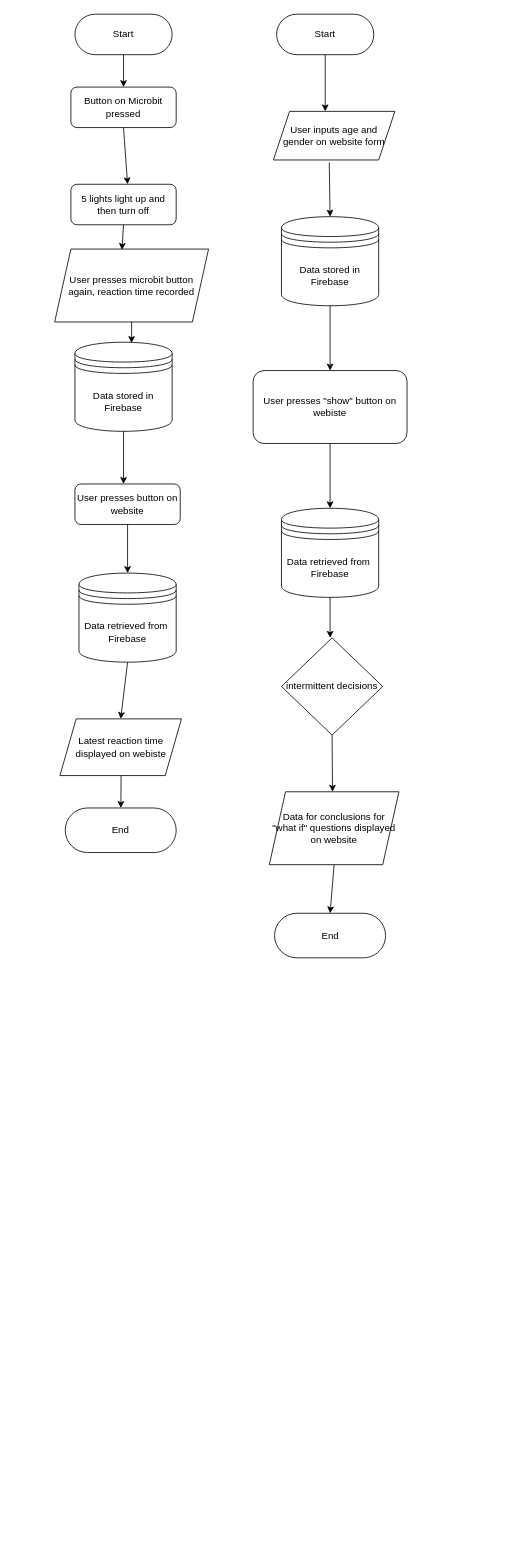
Lukefitz01/LS-CS keeps this draw.io diagram as Lukefitz01 LS-CS main pYTHON-A_Project/flowchart.drawio. Above is the earlier version. Source tidied: cells renumbered, new cells numbered last; positions are measured from the earlier drawing's top-left corner, leaving out a move shared by most shapes. Both pictures are drawn from the tidied source at 81%, with x=0, y=0 at pixel (54, 14).
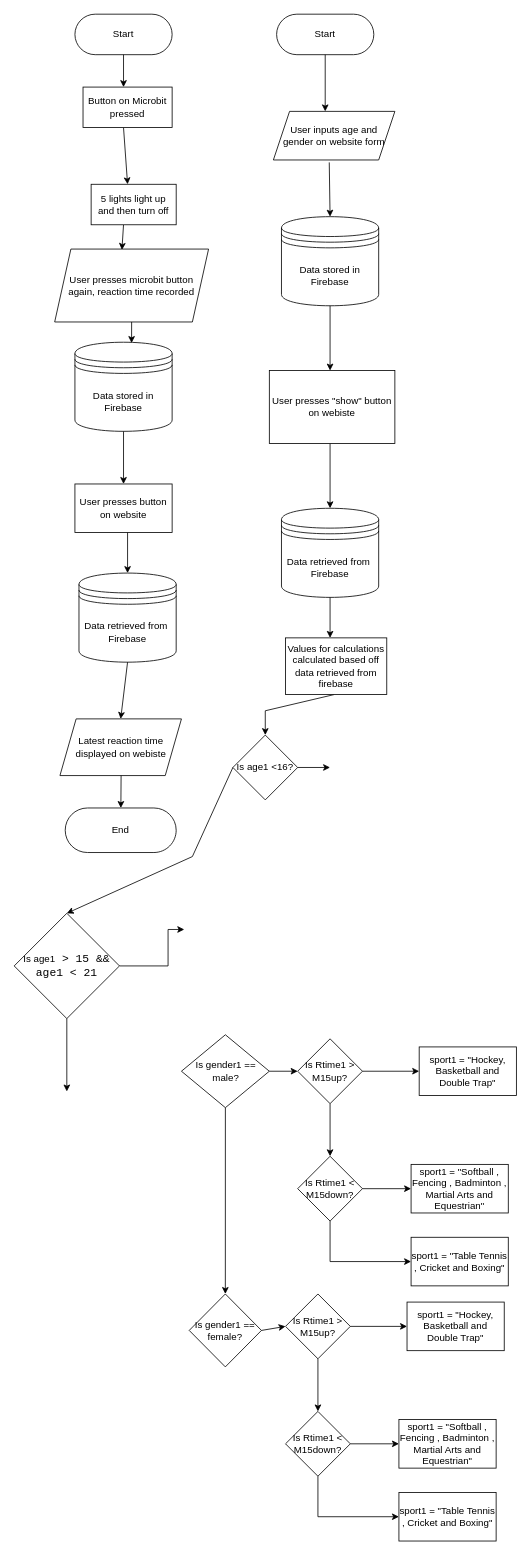
The same diagram, later.

The change refers to these unchanged cells:
```xml
<mxCell id="8" value="Start" style="html=1;dashed=0;whiteSpace=wrap;shape=mxgraph.dfd.start;" parent="1" vertex="1">
  <mxGeometry x="25" width="120" height="50" as="geometry" />
</mxCell>
<mxCell id="9" value="User presses microbit button again, reaction time recorded" style="shape=parallelogram;perimeter=parallelogramPerimeter;whiteSpace=wrap;html=1;fixedSize=1;" parent="1" vertex="1">
  <mxGeometry y="290" width="190" height="90" as="geometry" />
</mxCell>
<mxCell id="25" value="Data retrieved from&amp;nbsp; Firebase" style="shape=datastore;whiteSpace=wrap;html=1;" parent="1" vertex="1">
  <mxGeometry x="30" y="690" width="120" height="110" as="geometry" />
</mxCell>
```

Diff of the diagram source:
```diff
@@
-    <mxCell id="2" value="Button on Microbit pressed" style="rounded=1;whiteSpace=wrap;html=1;fontSize=12;glass=0;strokeWidth=1;shadow=0;" parent="1" vertex="1">
-      <mxGeometry x="20" y="90" width="130" height="50" as="geometry" />
-    </mxCell>
-    <mxCell id="3" style="endArrow=classic;html=1;rounded=0;exitX=0.5;exitY=1;exitDx=0;exitDy=0;" parent="1" edge="1" source="2">
+    <mxCell id="3" style="endArrow=classic;html=1;rounded=0;exitX=0.5;exitY=1;exitDx=0;exitDy=0;" parent="1" edge="1">
       <mxGeometry relative="1" as="geometry">
+        <mxPoint x="85" y="140" as="sourcePoint" />
         <mxPoint x="90" y="210" as="targetPoint" />
       </mxGeometry>
     </mxCell>
-    <mxCell id="4" value="5 lights light up and then turn off" style="rounded=1;whiteSpace=wrap;html=1;fontSize=12;glass=0;strokeWidth=1;shadow=0;" parent="1" vertex="1">
-      <mxGeometry x="20" y="210" width="130" height="50" as="geometry" />
-    </mxCell>
@@
-    <mxCell id="7" value="User presses button on website" style="rounded=1;whiteSpace=wrap;html=1;fontSize=12;glass=0;strokeWidth=1;shadow=0;" parent="1" vertex="1">
-      <mxGeometry x="25" y="580" width="130" height="50" as="geometry" />
-    </mxCell>
@@
-    <mxCell id="10" style="endArrow=classic;html=1;rounded=0;exitX=0.5;exitY=1;exitDx=0;exitDy=0;entryX=0.437;entryY=0.011;entryDx=0;entryDy=0;entryPerimeter=0;" parent="1" edge="1" source="4" target="9">
-      <mxGeometry relative="1" as="geometry" />
+    <mxCell id="10" style="endArrow=classic;html=1;rounded=0;exitX=0.5;exitY=1;exitDx=0;exitDy=0;entryX=0.437;entryY=0.011;entryDx=0;entryDy=0;entryPerimeter=0;" parent="1" edge="1" target="9">
+      <mxGeometry relative="1" as="geometry">
+        <mxPoint x="85" y="260" as="sourcePoint" />
+      </mxGeometry>
     </mxCell>
@@
-    <mxCell id="13" style="endArrow=classic;html=1;rounded=0;exitX=0.5;exitY=1;exitDx=0;exitDy=0;entryX=0.5;entryY=0;entryDx=0;entryDy=0;" parent="1" edge="1" source="7" target="25">
-      <mxGeometry relative="1" as="geometry" />
+    <mxCell id="13" style="endArrow=classic;html=1;rounded=0;exitX=0.5;exitY=1;exitDx=0;exitDy=0;entryX=0.5;entryY=0;entryDx=0;entryDy=0;" parent="1" edge="1" target="25">
+      <mxGeometry relative="1" as="geometry">
+        <mxPoint x="90" y="630" as="sourcePoint" />
+      </mxGeometry>
     </mxCell>
@@
-    <mxCell id="16" style="endArrow=classic;html=1;rounded=0;exitX=0.5;exitY=0.5;exitDx=0;exitDy=25;exitPerimeter=0;entryX=0.5;entryY=0;entryDx=0;entryDy=0;" parent="1" edge="1" source="8" target="2">
-      <mxGeometry relative="1" as="geometry" />
+    <mxCell id="16" style="endArrow=classic;html=1;rounded=0;exitX=0.5;exitY=0.5;exitDx=0;exitDy=25;exitPerimeter=0;entryX=0.5;entryY=0;entryDx=0;entryDy=0;" parent="1" edge="1" source="8">
+      <mxGeometry relative="1" as="geometry">
+        <mxPoint x="85" y="90" as="targetPoint" />
+      </mxGeometry>
     </mxCell>
@@
-    <mxCell id="23" value="User presses &quot;show&quot; button on webiste" style="rounded=1;whiteSpace=wrap;html=1;" parent="1" vertex="1">
-      <mxGeometry x="245" y="440" width="190" height="90" as="geometry" />
-    </mxCell>
-    <mxCell id="24" style="endArrow=classic;html=1;rounded=0;exitX=0.5;exitY=1;exitDx=0;exitDy=0;" parent="1" edge="1" source="23">
+    <mxCell id="24" style="endArrow=classic;html=1;rounded=0;exitX=0.5;exitY=1;exitDx=0;exitDy=0;" parent="1" edge="1">
       <mxGeometry relative="1" as="geometry">
+        <mxPoint x="340" y="530" as="sourcePoint" />
         <mxPoint x="340" y="610" as="targetPoint" />
       </mxGeometry>
     </mxCell>
@@
-    <mxCell id="29" value="intermittent decisions" style="rhombus;whiteSpace=wrap;html=1;" parent="1" vertex="1">
-      <mxGeometry x="280" y="770" width="125" height="120" as="geometry" />
-    </mxCell>
-    <mxCell id="30" style="endArrow=classic;html=1;rounded=0;exitX=0.5;exitY=1;exitDx=0;exitDy=0;" parent="1" edge="1" source="29">
-      <mxGeometry relative="1" as="geometry">
-        <mxPoint x="343" y="960" as="targetPoint" />
-      </mxGeometry>
-    </mxCell>
-    <mxCell id="31" value="Data for conclusions for &quot;what if&quot; questions displayed on website" style="shape=parallelogram;perimeter=parallelogramPerimeter;whiteSpace=wrap;html=1;fixedSize=1;" parent="1" vertex="1">
-      <mxGeometry x="265" y="960" width="160" height="90" as="geometry" />
-    </mxCell>
-    <mxCell id="32" value="End" style="html=1;dashed=0;whiteSpace=wrap;shape=mxgraph.dfd.start;" parent="1" vertex="1">
-      <mxGeometry x="271.5" y="1110" width="137" height="55" as="geometry" />
-    </mxCell>
-    <mxCell id="33" style="endArrow=classic;html=1;rounded=0;exitX=0.5;exitY=1;exitDx=0;exitDy=0;entryX=0.5;entryY=0.5;entryDx=0;entryDy=-27.5;entryPerimeter=0;" parent="1" edge="1" source="31" target="32">
-      <mxGeometry relative="1" as="geometry" />
-    </mxCell>
+    <mxCell id="34" style="endArrow=classic;html=1;rounded=0;exitX=0.5;exitY=1;exitDx=0;exitDy=0;entryX=0.5;entryY=0;entryDx=0;entryDy=0;" parent="1" edge="1" target="35">
+      <mxGeometry relative="1" as="geometry">
+        <mxPoint x="345" y="840" as="sourcePoint" />
+        <Array as="points">
+          <mxPoint x="260" y="860" />
+        </Array>
+      </mxGeometry>
+    </mxCell>
+    <mxCell id="35" value="Is age1 &amp;lt;16?" style="rhombus;whiteSpace=wrap;html=1;" parent="1" vertex="1">
+      <mxGeometry x="220" y="890" width="80" height="80" as="geometry" />
+    </mxCell>
+    <mxCell id="36" style="endArrow=classic;html=1;rounded=0;exitX=1;exitY=0.5;exitDx=0;exitDy=0;" parent="1" edge="1" source="35">
+      <mxGeometry relative="1" as="geometry">
+        <mxPoint x="340" y="930" as="targetPoint" />
+      </mxGeometry>
+    </mxCell>
+    <mxCell id="37" style="endArrow=classic;html=1;rounded=0;exitX=0;exitY=0.5;exitDx=0;exitDy=0;entryX=0.5;entryY=0;entryDx=0;entryDy=0;" parent="1" edge="1" source="35" target="38">
+      <mxGeometry relative="1" as="geometry">
+        <Array as="points">
+          <mxPoint x="170" y="1040" />
+        </Array>
+      </mxGeometry>
+    </mxCell>
+    <mxCell id="38" value="Is&amp;nbsp;age1&lt;span style=&quot;font-family: Consolas, &amp;quot;Courier New&amp;quot;, monospace; font-size: 14px;&quot;&gt; &amp;gt; &lt;/span&gt;&lt;span style=&quot;font-family: Consolas, &amp;quot;Courier New&amp;quot;, monospace; font-size: 14px;&quot;&gt;15&lt;/span&gt;&lt;span style=&quot;font-family: Consolas, &amp;quot;Courier New&amp;quot;, monospace; font-size: 14px;&quot;&gt; &amp;amp;&amp;amp; &lt;/span&gt;&lt;span style=&quot;font-family: Consolas, &amp;quot;Courier New&amp;quot;, monospace; font-size: 14px;&quot;&gt;age1&lt;/span&gt;&lt;span style=&quot;font-family: Consolas, &amp;quot;Courier New&amp;quot;, monospace; font-size: 14px;&quot;&gt; &amp;lt; &lt;/span&gt;&lt;span style=&quot;font-family: Consolas, &amp;quot;Courier New&amp;quot;, monospace; font-size: 14px;&quot;&gt;21&lt;/span&gt;" style="rhombus;whiteSpace=wrap;html=1;" parent="1" vertex="1">
+      <mxGeometry x="-50" y="1110" width="130" height="130" as="geometry" />
+    </mxCell>
+    <mxCell id="39" style="endArrow=classic;html=1;rounded=0;exitX=0.5;exitY=1;exitDx=0;exitDy=0;" parent="1" edge="1" source="38">
+      <mxGeometry relative="1" as="geometry">
+        <mxPoint x="15" y="1330" as="targetPoint" />
+      </mxGeometry>
+    </mxCell>
+    <mxCell id="40" style="endArrow=classic;html=1;rounded=0;exitX=1;exitY=0.5;exitDx=0;exitDy=0;" parent="1" edge="1" source="38">
+      <mxGeometry relative="1" as="geometry">
+        <mxPoint x="160" y="1130" as="targetPoint" />
+        <Array as="points">
+          <mxPoint x="140" y="1175" />
+          <mxPoint x="140" y="1130" />
+        </Array>
+      </mxGeometry>
+    </mxCell>
+    <mxCell id="41" value="Is gender1 == male?" style="rhombus;whiteSpace=wrap;html=1;" parent="1" vertex="1">
+      <mxGeometry x="156.5" y="1260" width="108.5" height="90" as="geometry" />
+    </mxCell>
+    <mxCell id="42" style="endArrow=classic;html=1;rounded=0;exitX=0.5;exitY=1;exitDx=0;exitDy=0;entryX=0.5;entryY=0;entryDx=0;entryDy=0;" parent="1" edge="1" source="41" target="43">
+      <mxGeometry relative="1" as="geometry" />
+    </mxCell>
+    <mxCell id="43" value="Is gender1 == female?" style="rhombus;whiteSpace=wrap;html=1;" parent="1" vertex="1">
+      <mxGeometry x="166.1" y="1580" width="89.2" height="90" as="geometry" />
+    </mxCell>
+    <mxCell id="44" style="endArrow=classic;html=1;rounded=0;exitX=1;exitY=0.5;exitDx=0;exitDy=0;" parent="1" edge="1" source="41">
+      <mxGeometry relative="1" as="geometry">
+        <mxPoint x="300" y="1305" as="targetPoint" />
+      </mxGeometry>
+    </mxCell>
+    <mxCell id="45" value="Is Rtime1 &amp;gt; M15up?" style="rhombus;whiteSpace=wrap;html=1;" parent="1" vertex="1">
+      <mxGeometry x="300" y="1265" width="80" height="80" as="geometry" />
+    </mxCell>
+    <mxCell id="46" style="endArrow=classic;html=1;rounded=0;exitX=0.5;exitY=1;exitDx=0;exitDy=0;" parent="1" edge="1" source="45">
+      <mxGeometry relative="1" as="geometry">
+        <mxPoint x="340" y="1410" as="targetPoint" />
+      </mxGeometry>
+    </mxCell>
+    <mxCell id="47" value="Is Rtime1 &amp;lt; M15down?" style="rhombus;whiteSpace=wrap;html=1;" parent="1" vertex="1">
+      <mxGeometry x="300" y="1410" width="80" height="80" as="geometry" />
+    </mxCell>
+    <mxCell id="48" style="endArrow=classic;html=1;rounded=0;exitX=0.5;exitY=1;exitDx=0;exitDy=0;" parent="1" edge="1" source="47">
+      <mxGeometry relative="1" as="geometry">
+        <mxPoint x="440" y="1540" as="targetPoint" />
+        <Array as="points">
+          <mxPoint x="340" y="1540" />
+        </Array>
+      </mxGeometry>
+    </mxCell>
+    <mxCell id="49" style="endArrow=classic;html=1;rounded=0;exitX=1;exitY=0.5;exitDx=0;exitDy=0;" parent="1" edge="1" source="47">
+      <mxGeometry relative="1" as="geometry">
+        <mxPoint x="440" y="1450" as="targetPoint" />
+      </mxGeometry>
+    </mxCell>
+    <mxCell id="50" style="endArrow=classic;html=1;rounded=0;exitX=1;exitY=0.5;exitDx=0;exitDy=0;" parent="1" edge="1" source="45">
+      <mxGeometry relative="1" as="geometry">
+        <mxPoint x="450" y="1305" as="targetPoint" />
+      </mxGeometry>
+    </mxCell>
+    <mxCell id="51" value="sport1 = &quot;Hockey, Basketball and Double Trap&quot;" style="rounded=0;whiteSpace=wrap;html=1;" parent="1" vertex="1">
+      <mxGeometry x="450" y="1275" width="120" height="60" as="geometry" />
+    </mxCell>
+    <mxCell id="2" value="Button on Microbit pressed" style="rounded=0;whiteSpace=wrap;html=1;" parent="1" vertex="1">
+      <mxGeometry x="35" y="90" width="110" height="50" as="geometry" />
+    </mxCell>
+    <mxCell id="4" value="5 lights light up and then turn off" style="rounded=0;whiteSpace=wrap;html=1;" parent="1" vertex="1">
+      <mxGeometry x="45" y="210" width="105" height="50" as="geometry" />
+    </mxCell>
+    <mxCell id="7" value="User presses button on website" style="rounded=0;whiteSpace=wrap;html=1;" parent="1" vertex="1">
+      <mxGeometry x="25" y="580" width="120" height="60" as="geometry" />
+    </mxCell>
+    <mxCell id="23" value="User presses &quot;show&quot; button on webiste" style="rounded=0;whiteSpace=wrap;html=1;" parent="1" vertex="1">
+      <mxGeometry x="265" y="440" width="155" height="90" as="geometry" />
+    </mxCell>
+    <mxCell id="52" value="Values for calculations calculated based off data retrieved from firebase" style="rounded=0;whiteSpace=wrap;html=1;" parent="1" vertex="1">
+      <mxGeometry x="285" y="770" width="125" height="70" as="geometry" />
+    </mxCell>
+    <mxCell id="53" value="sport1 = &quot;Softball , Fencing , Badminton , Martial Arts and Equestrian&quot;" style="rounded=0;whiteSpace=wrap;html=1;" parent="1" vertex="1">
+      <mxGeometry x="440" y="1420" width="120" height="60" as="geometry" />
+    </mxCell>
+    <mxCell id="54" value="sport1 = &quot;Table Tennis , Cricket and Boxing&quot;" style="rounded=0;whiteSpace=wrap;html=1;" parent="1" vertex="1">
+      <mxGeometry x="440" y="1510" width="120" height="60" as="geometry" />
+    </mxCell>
+    <mxCell id="55" style="endArrow=classic;html=1;rounded=0;exitX=1;exitY=0.5;exitDx=0;exitDy=0;" parent="1" edge="1" source="43">
+      <mxGeometry relative="1" as="geometry">
+        <mxPoint x="285" y="1620" as="targetPoint" />
+      </mxGeometry>
+    </mxCell>
+    <mxCell id="56" value="Is Rtime1 &amp;gt; M15up?" style="rhombus;whiteSpace=wrap;html=1;" parent="1" vertex="1">
+      <mxGeometry x="285" y="1580" width="80" height="80" as="geometry" />
+    </mxCell>
+    <mxCell id="57" style="endArrow=classic;html=1;rounded=0;exitX=0.5;exitY=1;exitDx=0;exitDy=0;" parent="1" edge="1" source="56">
+      <mxGeometry relative="1" as="geometry">
+        <mxPoint x="325" y="1725" as="targetPoint" />
+      </mxGeometry>
+    </mxCell>
+    <mxCell id="58" value="Is Rtime1 &amp;lt; M15down?" style="rhombus;whiteSpace=wrap;html=1;" parent="1" vertex="1">
+      <mxGeometry x="285" y="1725" width="80" height="80" as="geometry" />
+    </mxCell>
+    <mxCell id="59" style="endArrow=classic;html=1;rounded=0;exitX=0.5;exitY=1;exitDx=0;exitDy=0;" parent="1" edge="1" source="58">
+      <mxGeometry relative="1" as="geometry">
+        <mxPoint x="425" y="1855" as="targetPoint" />
+        <Array as="points">
+          <mxPoint x="325" y="1855" />
+        </Array>
+      </mxGeometry>
+    </mxCell>
+    <mxCell id="60" style="endArrow=classic;html=1;rounded=0;exitX=1;exitY=0.5;exitDx=0;exitDy=0;" parent="1" edge="1" source="58">
+      <mxGeometry relative="1" as="geometry">
+        <mxPoint x="425" y="1765" as="targetPoint" />
+      </mxGeometry>
+    </mxCell>
+    <mxCell id="61" style="endArrow=classic;html=1;rounded=0;exitX=1;exitY=0.5;exitDx=0;exitDy=0;" parent="1" edge="1" source="56">
+      <mxGeometry relative="1" as="geometry">
+        <mxPoint x="435" y="1620" as="targetPoint" />
+      </mxGeometry>
+    </mxCell>
+    <mxCell id="62" value="sport1 = &quot;Hockey, Basketball and Double Trap&quot;" style="rounded=0;whiteSpace=wrap;html=1;" parent="1" vertex="1">
+      <mxGeometry x="435" y="1590" width="120" height="60" as="geometry" />
+    </mxCell>
+    <mxCell id="63" value="sport1 = &quot;Softball , Fencing , Badminton , Martial Arts and Equestrian&quot;" style="rounded=0;whiteSpace=wrap;html=1;" parent="1" vertex="1">
+      <mxGeometry x="425" y="1735" width="120" height="60" as="geometry" />
+    </mxCell>
+    <mxCell id="64" value="sport1 = &quot;Table Tennis , Cricket and Boxing&quot;" style="rounded=0;whiteSpace=wrap;html=1;" parent="1" vertex="1">
+      <mxGeometry x="425" y="1825" width="120" height="60" as="geometry" />
+    </mxCell>
```
